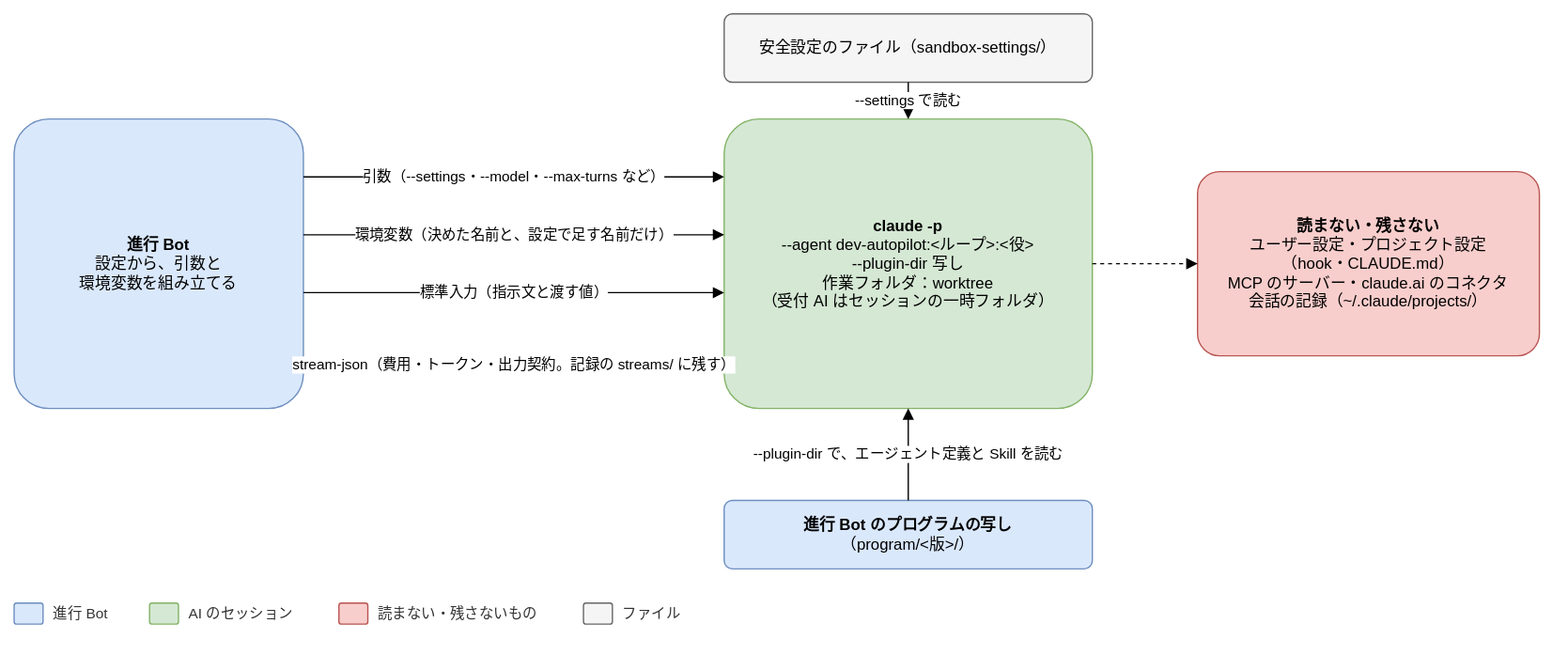
Joymerrevent/dev-autopilot keeps this draw.io diagram as docs/design/basic/diagrams/03-launch.drawio.svg. Above is the earlier version. Source tidied: cells renumbered, new cells last; positions are measured from the earlier drawing's top-left corner, leaving out a move shared by most shapes.
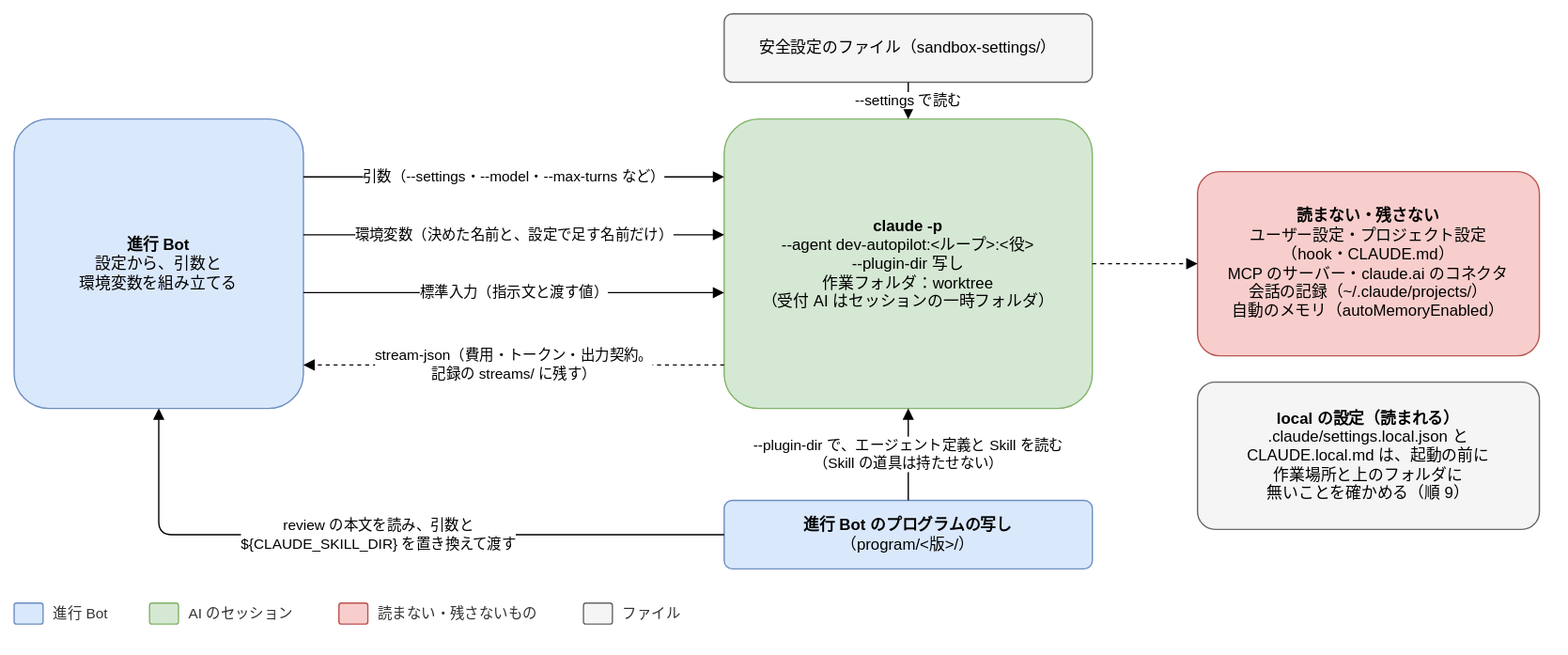
Above is the later version.

Diff of the diagram source:
```diff
@@ -11,7 +11,7 @@
     <mxCell id="4" value="安全設定のファイル（sandbox-settings/）" style="rounded=1;whiteSpace=wrap;html=1;fontSize=12;arcSize=12;spacing=12;fillColor=#f5f5f5;strokeColor=#666666;" parent="1" vertex="1">
       <mxGeometry x="540" width="280" height="52" as="geometry" />
     </mxCell>
-    <mxCell id="5" value="&lt;b&gt;読まない・残さない&lt;/b&gt;&lt;br&gt;ユーザー設定・プロジェクト設定&lt;br&gt;（hook・CLAUDE.md）&lt;br&gt;MCP のサーバー・claude.ai のコネクタ&lt;br&gt;会話の記録（~/.claude/projects/）" style="rounded=1;whiteSpace=wrap;html=1;fontSize=12;arcSize=12;spacing=12;fillColor=#f8cecc;strokeColor=#b85450;" parent="1" vertex="1">
+    <mxCell id="5" value="&lt;b&gt;読まない・残さない&lt;/b&gt;&lt;br&gt;ユーザー設定・プロジェクト設定&lt;br&gt;（hook・CLAUDE.md）&lt;br&gt;MCP のサーバー・claude.ai のコネクタ&lt;br&gt;会話の記録（~/.claude/projects/）&lt;br&gt;自動のメモリ（autoMemoryEnabled）" style="rounded=1;whiteSpace=wrap;html=1;fontSize=12;arcSize=12;spacing=12;fillColor=#f8cecc;strokeColor=#b85450;" parent="1" vertex="1">
       <mxGeometry x="900" y="120" width="260" height="140" as="geometry" />
     </mxCell>
     <mxCell id="6" value="引数（--settings・--model・--max-turns など）" style="edgeStyle=orthogonalEdgeStyle;rounded=1;html=1;endArrow=block;endFill=1;fontSize=11;labelBackgroundColor=#ffffff;exitX=1;exitY=0.2;exitDx=0;exitDy=0;entryX=0;entryY=0.2;entryDx=0;entryDy=0;" parent="1" edge="1" source="2" target="3">
@@ -23,7 +23,7 @@
     <mxCell id="8" value="標準入力（指示文と渡す値）" style="edgeStyle=orthogonalEdgeStyle;rounded=1;html=1;endArrow=block;endFill=1;fontSize=11;labelBackgroundColor=#ffffff;exitX=1;exitY=0.6;exitDx=0;exitDy=0;entryX=0;entryY=0.6;entryDx=0;entryDy=0;" parent="1" edge="1" source="2" target="3">
       <mxGeometry relative="1" as="geometry" />
     </mxCell>
-    <mxCell id="9" value="stream-json（費用・トークン・出力契約。記録の streams/ に残す）" style="edgeStyle=orthogonalEdgeStyle;rounded=1;html=1;endArrow=block;endFill=1;fontSize=11;labelBackgroundColor=#ffffff;dashed=1;exitX=0;exitY=0.85;exitDx=0;exitDy=0;entryX=1;entryY=0.85;entryDx=0;entryDy=0;" parent="1" edge="1" source="3" target="2">
+    <mxCell id="9" value="stream-json（費用・トークン・出力契約。&lt;br&gt;記録の streams/ に残す）" style="edgeStyle=orthogonalEdgeStyle;rounded=1;html=1;endArrow=block;endFill=1;fontSize=11;labelBackgroundColor=#ffffff;dashed=1;exitX=0;exitY=0.85;exitDx=0;exitDy=0;entryX=1;entryY=0.85;entryDx=0;entryDy=0;" parent="1" edge="1" source="3" target="2">
       <mxGeometry relative="1" as="geometry" />
     </mxCell>
     <mxCell id="10" value="--settings で読む" style="edgeStyle=orthogonalEdgeStyle;rounded=1;html=1;endArrow=block;endFill=1;fontSize=11;labelBackgroundColor=#ffffff;exitX=0.5;exitY=1;exitDx=0;exitDy=0;entryX=0.5;entryY=0;entryDx=0;entryDy=0;" parent="1" edge="1" source="4" target="3">
@@ -35,7 +35,7 @@
     <mxCell id="12" value="&lt;b&gt;進行 Bot のプログラムの写し&lt;/b&gt;（program/&amp;lt;版&amp;gt;/）" style="rounded=1;whiteSpace=wrap;html=1;fontSize=12;arcSize=12;spacing=12;fillColor=#dae8fc;strokeColor=#6c8ebf;" parent="1" vertex="1">
       <mxGeometry x="540" y="370" width="280" height="52" as="geometry" />
     </mxCell>
-    <mxCell id="13" value="--plugin-dir で、エージェント定義と Skill を読む" style="edgeStyle=orthogonalEdgeStyle;rounded=1;html=1;endArrow=block;endFill=1;fontSize=11;labelBackgroundColor=#ffffff;exitX=0.5;exitY=0;exitDx=0;exitDy=0;entryX=0.5;entryY=1;entryDx=0;entryDy=0;" parent="1" edge="1" source="12" target="3">
+    <mxCell id="13" value="--plugin-dir で、エージェント定義と Skill を読む&lt;br&gt;（Skill の道具は持たせない）" style="edgeStyle=orthogonalEdgeStyle;rounded=1;html=1;endArrow=block;endFill=1;fontSize=11;labelBackgroundColor=#ffffff;exitX=0.5;exitY=0;exitDx=0;exitDy=0;entryX=0.5;entryY=1;entryDx=0;entryDy=0;" parent="1" edge="1" source="12" target="3">
       <mxGeometry relative="1" as="geometry" />
     </mxCell>
     <mxCell id="14" style="rounded=1;whiteSpace=wrap;html=1;fontSize=12;arcSize=12;spacing=12;fillColor=#dae8fc;strokeColor=#6c8ebf;" parent="1" vertex="1">
@@ -62,5 +62,11 @@
     <mxCell id="21" value="ファイル" style="text;html=1;align=left;verticalAlign=middle;fontSize=11;fontColor=#333333;" parent="1" vertex="1">
       <mxGeometry x="461" y="446" width="58" height="20" as="geometry" />
     </mxCell>
+    <mxCell id="22" value="review の本文を読み、引数と&lt;br&gt;${CLAUDE_SKILL_DIR} を置き換えて渡す" style="edgeStyle=orthogonalEdgeStyle;rounded=1;html=1;endArrow=block;endFill=1;fontSize=11;labelBackgroundColor=#ffffff;exitX=0;exitY=0.5;exitDx=0;exitDy=0;entryX=0.5;entryY=1;entryDx=0;entryDy=0;" parent="1" edge="1" source="12" target="2">
+      <mxGeometry relative="1" as="geometry" />
+    </mxCell>
+    <mxCell id="23" value="&lt;b&gt;local の設定（読まれる）&lt;/b&gt;&lt;br&gt;.claude/settings.local.json と&lt;br&gt;CLAUDE.local.md は、起動の前に&lt;br&gt;作業場所と上のフォルダに&lt;br&gt;無いことを確かめる（順 9）" style="rounded=1;whiteSpace=wrap;html=1;fontSize=12;arcSize=12;spacing=12;fillColor=#f5f5f5;strokeColor=#666666;" parent="1" vertex="1">
+      <mxGeometry x="900" y="280" width="260" height="112" as="geometry" />
+    </mxCell>
   </root>
 </mxGraphModel>
```
